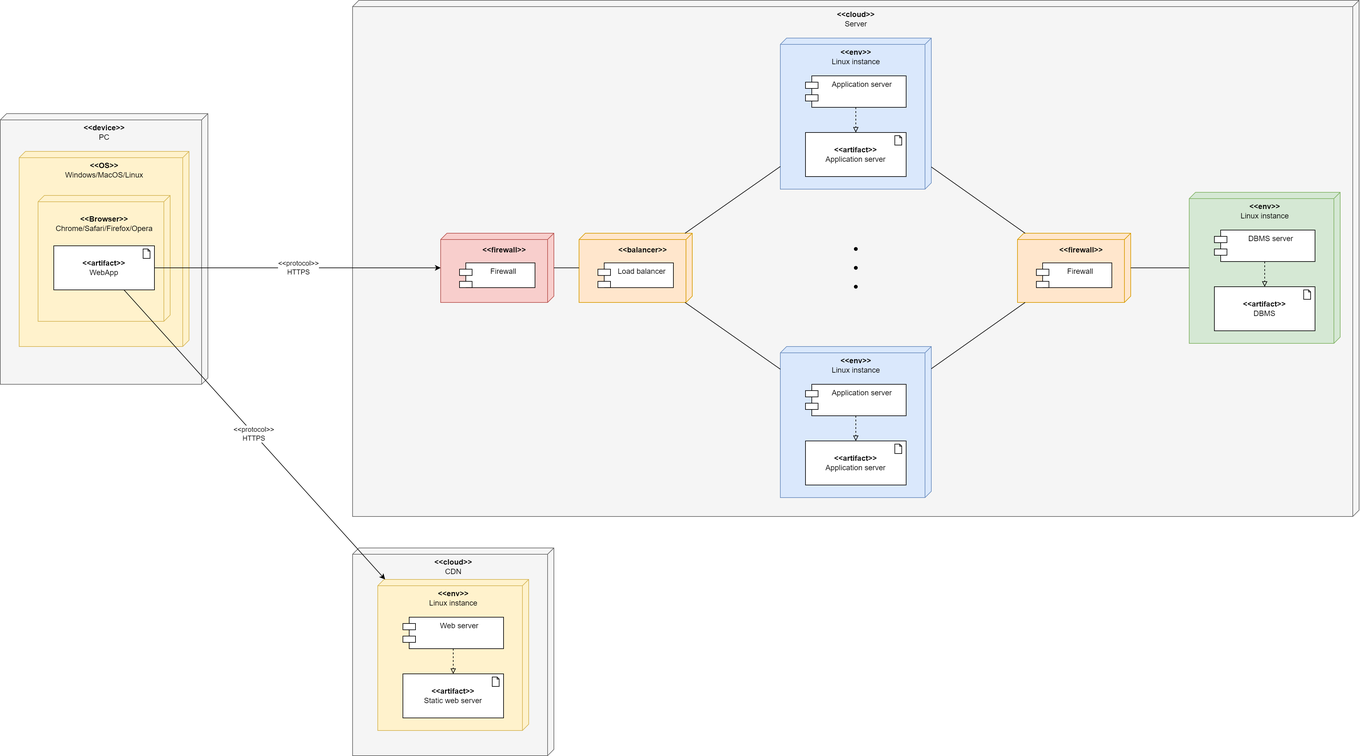
Earlier version of the draw.io export DD/images/diagrams/deployment_view.png (pontig/sw-eng-2-PasiniPontiggiaStasi). Source tidied: cells renumbered, new cells last; positions are measured from the earlier drawing's top-left corner, leaving out a move shared by most shapes.
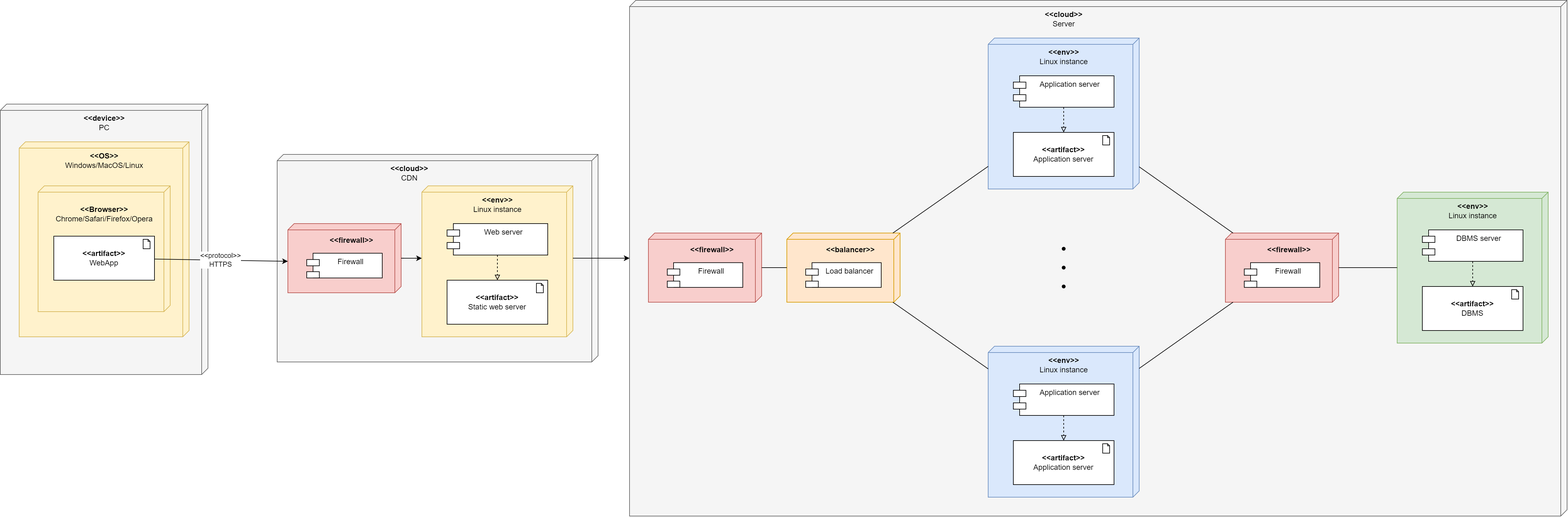
After the commit.

Diff of the diagram source:
```diff
@@ -3,7 +3,7 @@
     <mxCell id="0" />
     <mxCell id="1" parent="0" />
     <mxCell id="2" value="&lt;div style=&quot;text-align: center;&quot;&gt;&lt;br&gt;&lt;/div&gt;" style="verticalAlign=top;align=left;spacingTop=8;spacingLeft=2;spacingRight=12;shape=cube;size=10;direction=south;fontStyle=4;html=1;whiteSpace=wrap;fillColor=#f5f5f5;fontColor=#333333;strokeColor=#666666;" parent="1" vertex="1">
-      <mxGeometry x="560" width="1600" height="820" as="geometry" />
+      <mxGeometry x="670" width="1490" height="820" as="geometry" />
     </mxCell>
     <mxCell id="3" value="&lt;b&gt;&amp;lt;&amp;lt;cloud&amp;gt;&amp;gt;&lt;/b&gt;&lt;br&gt;Server" style="text;html=1;align=center;verticalAlign=middle;strokeColor=none;fillColor=none;" parent="1" vertex="1">
       <mxGeometry x="1320" y="10" width="80" height="40" as="geometry" />
@@ -71,7 +71,7 @@
     <mxCell id="24" style="group;" parent="1" vertex="1">
       <mxGeometry x="1617" y="370" width="180" height="110" as="geometry" />
     </mxCell>
-    <mxCell id="25" style="verticalAlign=top;align=left;spacingTop=8;spacingLeft=2;spacingRight=12;shape=cube;size=10;direction=south;fontStyle=4;html=1;whiteSpace=wrap;fillColor=#ffe6cc;strokeColor=#d79b00;" parent="24" vertex="1">
+    <mxCell id="25" style="verticalAlign=top;align=left;spacingTop=8;spacingLeft=2;spacingRight=12;shape=cube;size=10;direction=south;fontStyle=4;html=1;whiteSpace=wrap;fillColor=#f8cecc;strokeColor=#b85450;" parent="24" vertex="1">
       <mxGeometry width="180" height="110" as="geometry" />
     </mxCell>
     <mxCell id="26" value="&lt;b&gt;&amp;lt;&amp;lt;firewall&amp;gt;&amp;gt;&lt;/b&gt;" style="text;html=1;align=center;verticalAlign=middle;strokeColor=none;fillColor=none;" parent="24" vertex="1">
@@ -117,7 +117,7 @@
       <mxGeometry relative="1" as="geometry" />
     </mxCell>
     <mxCell id="40" style="group;" parent="1" vertex="1">
-      <mxGeometry y="180" width="330" height="430" as="geometry" />
+      <mxGeometry x="-330" y="165" width="330" height="430" as="geometry" />
     </mxCell>
     <mxCell id="41" style="verticalAlign=top;align=left;spacingTop=8;spacingLeft=2;spacingRight=12;shape=cube;size=10;direction=south;fontStyle=4;html=1;whiteSpace=wrap;fillColor=#f5f5f5;fontColor=#333333;strokeColor=#666666;" parent="40" vertex="1">
       <mxGeometry width="330" height="430" as="geometry" />
@@ -146,17 +146,14 @@
     <mxCell id="49" style="rounded=0;jettySize=auto;html=1;endArrow=none;endFill=0;" parent="1" edge="1" source="11" target="25">
       <mxGeometry relative="1" as="geometry" />
     </mxCell>
-    <mxCell id="50" value="&amp;lt;&amp;lt;protocol&amp;gt;&amp;gt;&lt;br&gt;HTTPS" style="rounded=0;jettySize=auto;html=1;exitX=1;exitY=0.5;exitDx=0;exitDy=0;exitPerimeter=0;" parent="1" edge="1" source="47" target="21">
-      <mxGeometry relative="1" as="geometry" />
-    </mxCell>
     <mxCell id="51" style="verticalAlign=top;align=left;spacingTop=8;spacingLeft=2;spacingRight=12;shape=cube;size=10;direction=south;fontStyle=4;html=1;whiteSpace=wrap;fillColor=#f5f5f5;fontColor=#333333;strokeColor=#666666;" parent="1" vertex="1">
-      <mxGeometry x="560" y="870" width="320" height="330" as="geometry" />
+      <mxGeometry x="110" y="245" width="510" height="330" as="geometry" />
     </mxCell>
     <mxCell id="52" value="&lt;b&gt;&amp;lt;&amp;lt;cloud&amp;gt;&amp;gt;&lt;/b&gt;&lt;br&gt;CDN" style="text;html=1;align=center;verticalAlign=middle;strokeColor=none;fillColor=none;" parent="1" vertex="1">
-      <mxGeometry x="680" y="880" width="80" height="40" as="geometry" />
+      <mxGeometry x="280" y="255" width="80" height="40" as="geometry" />
     </mxCell>
     <mxCell id="53" style="group;" parent="1" vertex="1">
-      <mxGeometry x="600" y="920" width="240" height="240" as="geometry" />
+      <mxGeometry x="340" y="295" width="240" height="240" as="geometry" />
     </mxCell>
     <mxCell id="54" style="verticalAlign=top;align=left;spacingTop=8;spacingLeft=2;spacingRight=12;shape=cube;size=10;direction=south;fontStyle=4;html=1;whiteSpace=wrap;fillColor=#fff2cc;strokeColor=#d6b656;" parent="53" vertex="1">
       <mxGeometry width="240" height="240" as="geometry" />
@@ -173,11 +170,34 @@
     <mxCell id="58" style="edgeStyle=orthogonalEdgeStyle;rounded=0;jettySize=auto;html=1;endArrow=block;endFill=0;dashed=1;" parent="53" edge="1" source="56" target="57">
       <mxGeometry relative="1" as="geometry" />
     </mxCell>
-    <mxCell id="59" value="&amp;lt;&amp;lt;protocol&amp;gt;&amp;gt;&lt;br&gt;HTTPS" style="rounded=0;jettySize=auto;html=1;endArrow=classic;endFill=1;" parent="1" edge="1" source="47" target="54">
+    <mxCell id="59" value="&amp;lt;&amp;lt;protocol&amp;gt;&amp;gt;&lt;br&gt;HTTPS" style="rounded=0;jettySize=auto;html=1;endArrow=classic;endFill=1;entryX=0;entryY=0;entryDx=59.99999999999999;entryDy=180;entryPerimeter=0;" parent="1" edge="1" source="47" target="63">
       <mxGeometry relative="1" as="geometry" />
     </mxCell>
     <mxCell id="60" style="edgeStyle=orthogonalEdgeStyle;rounded=0;jettySize=auto;html=1;endArrow=none;endFill=0;" parent="1" edge="1" source="25" target="29">
       <mxGeometry relative="1" as="geometry" />
     </mxCell>
+    <mxCell id="61" style="edgeStyle=orthogonalEdgeStyle;rounded=0;jettySize=auto;html=1;exitX=0;exitY=0;exitDx=115;exitDy=0;exitPerimeter=0;" parent="1" edge="1" source="54" target="2">
+      <mxGeometry relative="1" as="geometry" />
+    </mxCell>
+    <mxCell id="62" style="group;" parent="1" vertex="1">
+      <mxGeometry x="127" y="355" width="180" height="110" as="geometry" />
+    </mxCell>
+    <mxCell id="63" style="verticalAlign=top;align=left;spacingTop=8;spacingLeft=2;spacingRight=12;shape=cube;size=10;direction=south;fontStyle=4;html=1;whiteSpace=wrap;fillColor=#f8cecc;strokeColor=#b85450;" parent="62" vertex="1">
+      <mxGeometry width="180" height="110" as="geometry" />
+    </mxCell>
+    <mxCell id="64" value="&lt;b&gt;&amp;lt;&amp;lt;firewall&amp;gt;&amp;gt;&lt;/b&gt;" style="text;html=1;align=center;verticalAlign=middle;strokeColor=none;fillColor=none;" parent="62" vertex="1">
+      <mxGeometry x="56.2" y="11.8" width="90" height="30" as="geometry" />
+    </mxCell>
+    <mxCell id="65" value="Firewall" style="shape=module;align=left;spacingLeft=20;align=center;verticalAlign=top;whiteSpace=wrap;html=1;" parent="62" vertex="1">
+      <mxGeometry x="30" y="47.1" width="120" height="39.3" as="geometry" />
+    </mxCell>
+    <mxCell id="66" style="edgeStyle=orthogonalEdgeStyle;rounded=0;jettySize=auto;html=1;" parent="1" edge="1" source="63" target="54">
+      <mxGeometry relative="1" as="geometry">
+        <Array as="points">
+          <mxPoint x="330" y="410" />
+          <mxPoint x="330" y="410" />
+        </Array>
+      </mxGeometry>
+    </mxCell>
   </root>
 </mxGraphModel>
```
